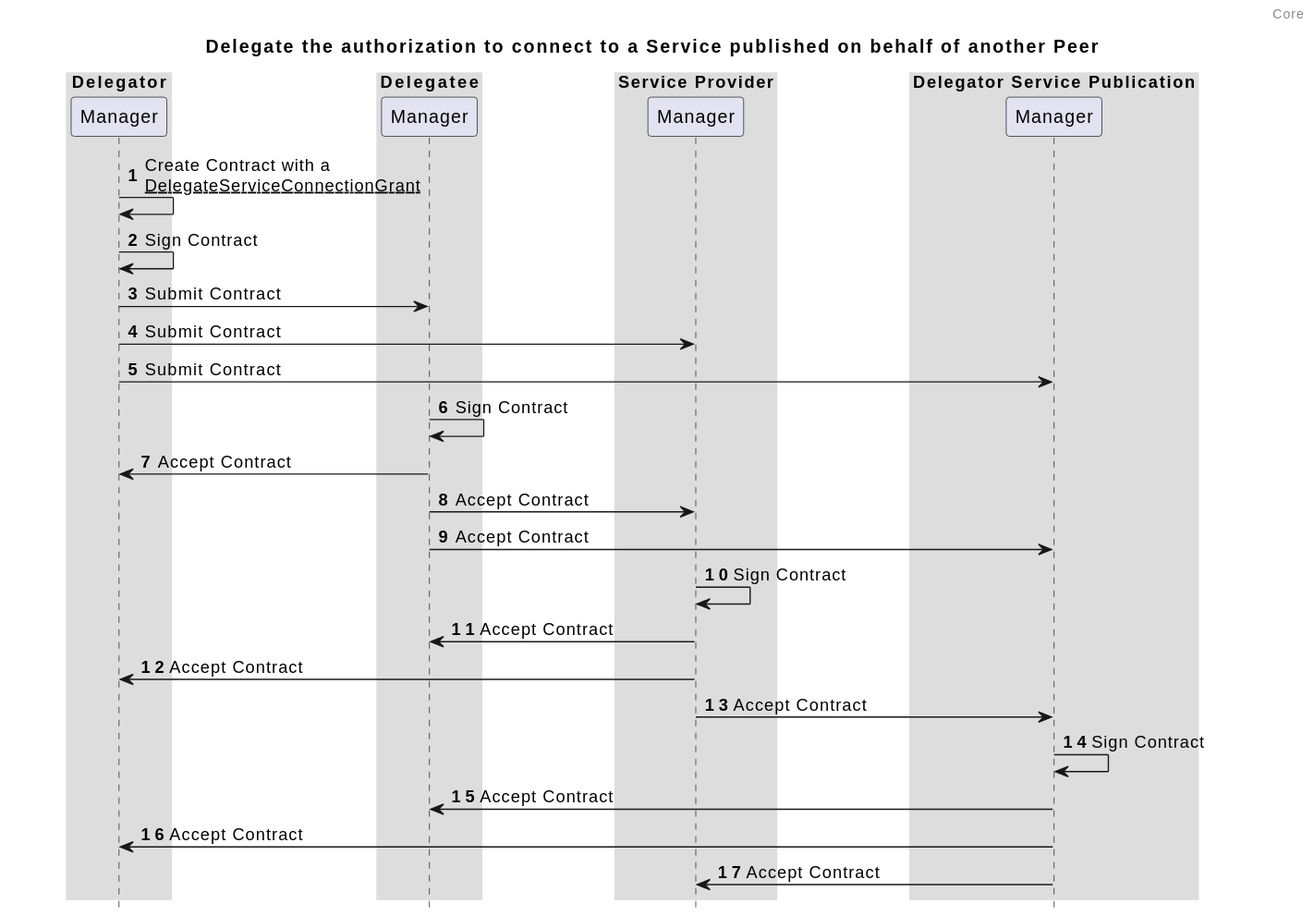
Before: media/seq-delegate-connection-delegated-publication.svg, a diagram exported from PlantUML (Logius-standaarden/fsc-core).
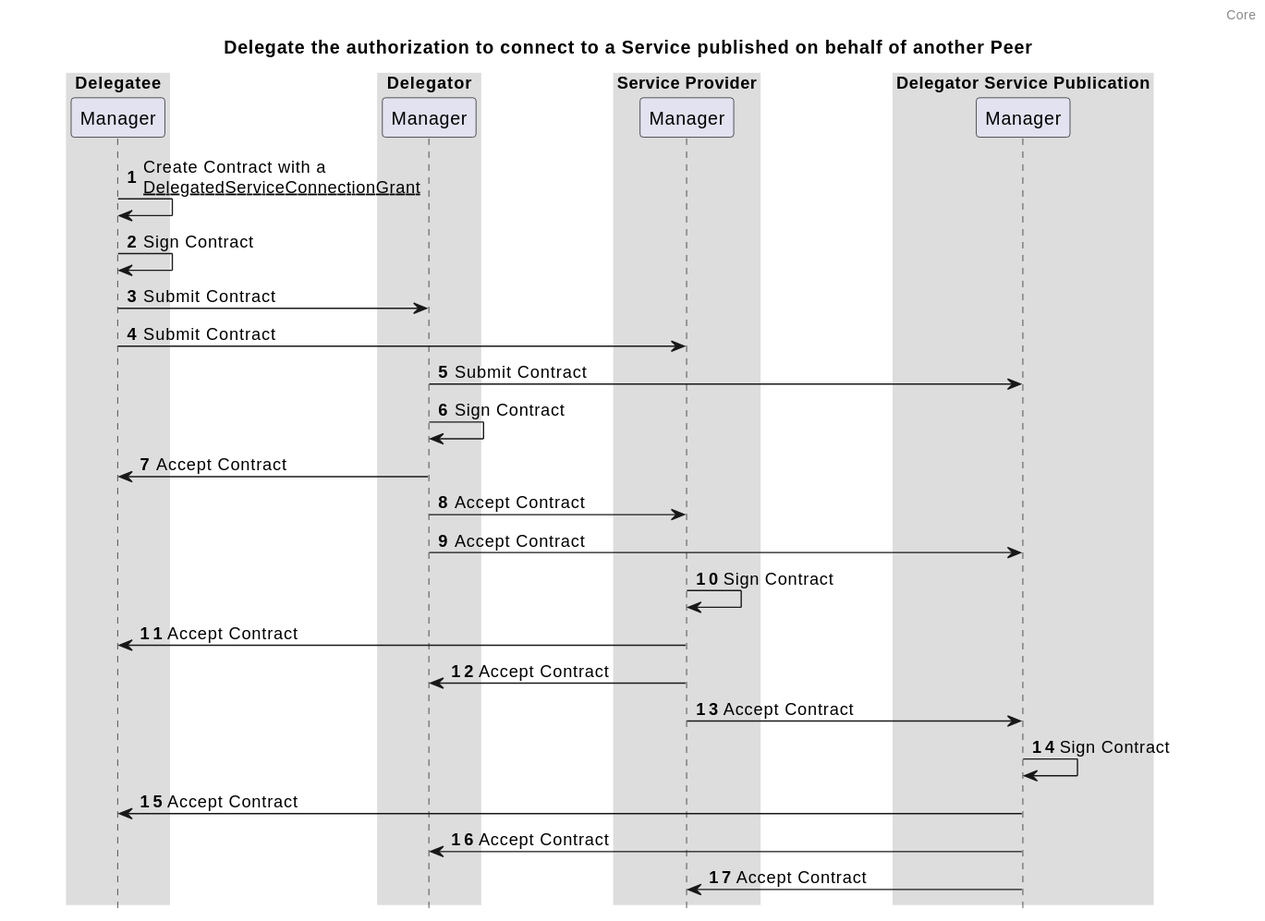
The same diagram one commit later.

Commit message:
Improve readability of the Delegated Connection diagrams  (#31)

Diff of the diagram source:
```diff
@@ -3,12 +3,12 @@
 title: Delegate the authorization to connect to a Service published on behalf of another Peer
 header: Core
 
+box "Delegatee"
+  participant "Manager" as managerDelegatee
+end box
+
 box "Delegator"
   participant "Manager" as managerDelegator
-end box
-
-box "Delegatee"
-  participant "Manager" as managerDelegatee
 end box
 
 box "Service Provider"
@@ -19,15 +19,15 @@
   participant "Manager" as managerDelegatorServicePublication
 end box
 
-managerDelegator -> managerDelegator: Create Contract with a \n__DelegateServiceConnectionGrant__
+managerDelegatee -> managerDelegatee: Create Contract with a \n__DelegatedServiceConnectionGrant__
+managerDelegatee -> managerDelegatee: Sign Contract
+managerDelegatee -> managerDelegator: Submit Contract
+managerDelegatee -> managerServiceProvider: Submit Contract
+managerDelegator -> managerDelegatorServicePublication: Submit Contract
 managerDelegator -> managerDelegator: Sign Contract
-managerDelegator -> managerDelegatee: Submit Contract
-managerDelegator -> managerServiceProvider: Submit Contract
-managerDelegator -> managerDelegatorServicePublication: Submit Contract
-managerDelegatee -> managerDelegatee: Sign Contract
-managerDelegatee -> managerDelegator: Accept Contract
-managerDelegatee -> managerServiceProvider: Accept Contract
-managerDelegatee -> managerDelegatorServicePublication: Accept Contract
+managerDelegator -> managerDelegatee: Accept Contract
+managerDelegator -> managerServiceProvider: Accept Contract
+managerDelegator -> managerDelegatorServicePublication: Accept Contract
 managerServiceProvider -> managerServiceProvider: Sign Contract
 managerServiceProvider -> managerDelegatee: Accept Contract
 managerServiceProvider -> managerDelegator: Accept Contract
```
